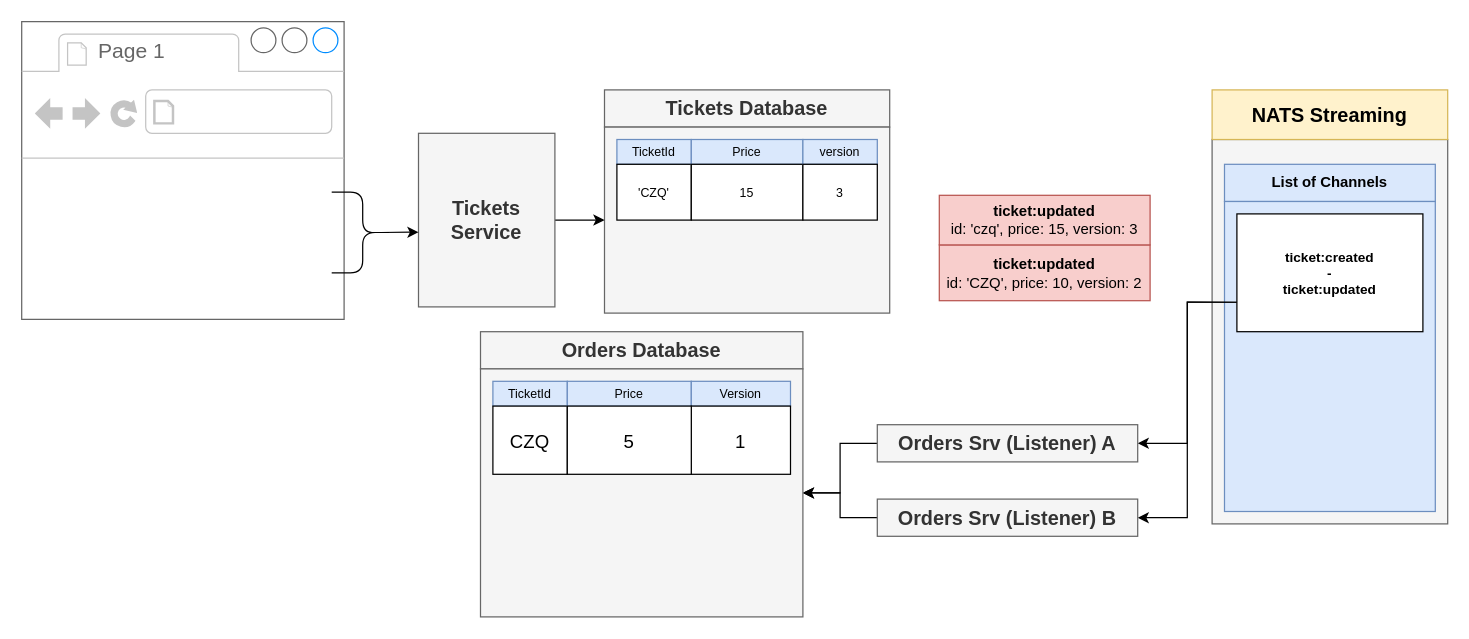
HappySuzuki/microservices-cast keeps this draw.io diagram as page "06 - conc" (5 of 19) of diagrams/08/03.drawio. Above is the earlier version. Source tidied: cells renumbered, new cells numbered last; positions are measured from the earlier drawing's top-left corner, leaving out a move shared by most shapes. Both pictures are drawn from the tidied source at 124%, with x=0, y=0 at pixel (21, 21).
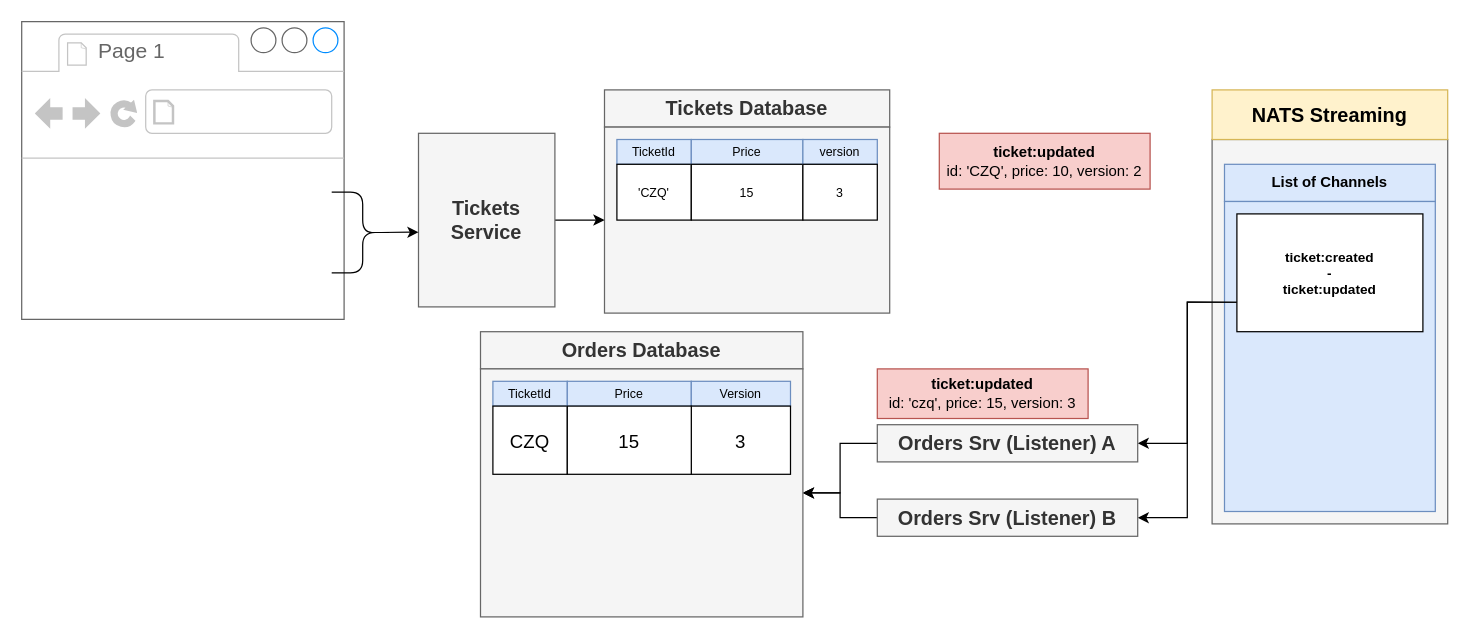
The same diagram, later.

Diff of the diagram source:
```diff
@@
-    <mxCell id="32" value="1" style="rounded=0;whiteSpace=wrap;html=1;fontSize=15;align=center;" parent="1" vertex="1">
+    <mxCell id="32" value="3" style="rounded=0;whiteSpace=wrap;html=1;fontSize=15;align=center;" parent="1" vertex="1">
       <mxGeometry x="540" y="310" width="80" height="55" as="geometry" />
     </mxCell>
-    <mxCell id="33" value="5" style="rounded=0;whiteSpace=wrap;html=1;fontSize=15;align=center;" parent="1" vertex="1">
+    <mxCell id="33" value="15" style="rounded=0;whiteSpace=wrap;html=1;fontSize=15;align=center;" parent="1" vertex="1">
       <mxGeometry x="440" y="310" width="100" height="55" as="geometry" />
     </mxCell>
@@
     <mxCell id="36" value="&lt;b&gt;ticket:updated&lt;/b&gt;&lt;br&gt;id: 'CZQ', price: 10, version: 2" style="rounded=0;whiteSpace=wrap;html=1;fontSize=12;align=center;fillColor=#f8cecc;strokeColor=#b85450;" parent="1" vertex="1">
-      <mxGeometry x="740" y="180" width="170" height="45" as="geometry" />
+      <mxGeometry x="740" y="90" width="170" height="45" as="geometry" />
     </mxCell>
     <mxCell id="37" value="&lt;b&gt;ticket:updated&lt;/b&gt;&lt;br&gt;id: 'czq', price: 15, version: 3" style="rounded=0;whiteSpace=wrap;html=1;fontSize=12;align=center;fillColor=#f8cecc;strokeColor=#b85450;" parent="1" vertex="1">
-      <mxGeometry x="740" y="140" width="170" height="40" as="geometry" />
+      <mxGeometry x="690" y="280" width="170" height="40" as="geometry" />
     </mxCell>
```
